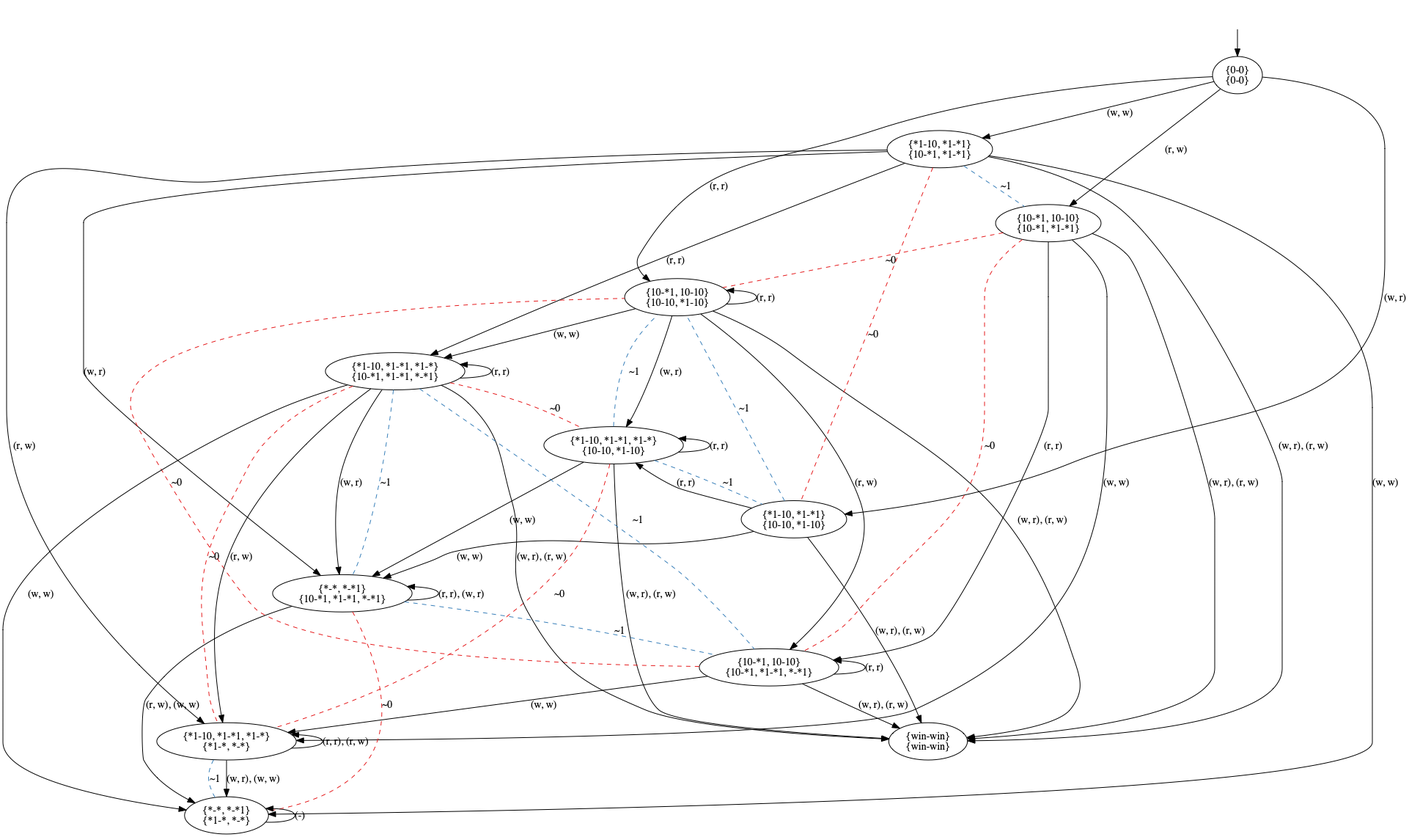
Earlier version of the Graphviz export pictures/GK2.png (olandr/mkbsc). Its source is kept beside it as pictures/GK2.dot. Source of this version:
```dot
digraph  {
concentrate=False;
nodesep=0.5;
ranksep=0.5;
splines=True;
4579909472 [label="{0-0}\n{0-0}"];
4579909584 [label="{10-*1, 10-10}\n{10-10, *1-10}"];
4579907008 [label="{*1-10, *1-*1}\n{10-10, *1-10}"];
4579909024 [label="{10-*1, 10-10}\n{10-*1, *1-*1}"];
4579907848 [label="{*1-10, *1-*1}\n{10-*1, *1-*1}"];
4579908632 [label="{win-win}\n{win-win}"];
4579907232 [label="{*1-10, *1-*1, *1-*}\n{10-10, *1-10}"];
4579908800 [label="{10-*1, 10-10}\n{10-*1, *1-*1, *-*1}"];
4579909136 [label="{*1-10, *1-*1, *1-*}\n{10-*1, *1-*1, *-*1}"];
4579907512 [label="{*-*, *-*1}\n{10-*1, *1-*1, *-*1}"];
4577150008 [label="{*1-10, *1-*1, *1-*}\n{*1-*, *-*}"];
4579893824 [label="{*-*, *-*1}\n{*1-*, *-*}"];
hidden [label="", shape=none];
4579909472 -> 4579909584  [action="('r', 'r')", key="('r', 'r')", label="(r, r)"];
4579909472 -> 4579907008  [action="('w', 'r')", key="('w', 'r')", label="(w, r)"];
4579909472 -> 4579909024  [action="('r', 'w')", key="('r', 'w')", label="(r, w)"];
4579909472 -> 4579907848  [action="('w', 'w')", key="('w', 'w')", label="(w, w)"];
4579909584 -> 4579909584  [action="('r', 'r')", dir=back, key="('r', 'r')", label="(r, r)"];
4579909584 -> 4579907232  [action="('w', 'r')", key="('w', 'r')", label="(w, r)"];
4579909584 -> 4579908800  [action="('r', 'w')", key="('r', 'w')", label="(r, w)"];
4579909584 -> 4579909136  [action="('w', 'w')", key="('w', 'w')", label="(w, w)"];
4579909584 -> 4579908632  [action="(('w', 'r'), ('r', 'w'))", key="(('w', 'r'), ('r', 'w'))", label="(w, r), (r, w)"];
4579907008 -> 4579907232  [action="('r', 'r')", key="('r', 'r')", label="(r, r)"];
4579907008 -> 4579907512  [action="('w', 'w')", key="('w', 'w')", label="(w, w)"];
4579907008 -> 4579908632  [action="(('w', 'r'), ('r', 'w'))", key="(('w', 'r'), ('r', 'w'))", label="(w, r), (r, w)"];
4579907008 -> 4579909584  [arrowhead=none, color=2, colorscheme=set19, constraint=True, key=0, label="~1", style=dashed];
4579909024 -> 4579908800  [action="('r', 'r')", key="('r', 'r')", label="(r, r)"];
4579909024 -> 4579908800  [arrowhead=none, color=1, colorscheme=set19, constraint=True, key=1, label="~0", style=dashed];
4579909024 -> 4577150008  [action="('w', 'w')", key="('w', 'w')", label="(w, w)"];
4579909024 -> 4579908632  [action="(('w', 'r'), ('r', 'w'))", key="(('w', 'r'), ('r', 'w'))", label="(w, r), (r, w)"];
4579909024 -> 4579909584  [arrowhead=none, color=1, colorscheme=set19, constraint=True, key=0, label="~0", style=dashed];
4579907848 -> 4579909136  [action="('r', 'r')", key="('r', 'r')", label="(r, r)"];
4579907848 -> 4579907512  [action="('w', 'r')", key="('w', 'r')", label="(w, r)"];
4579907848 -> 4577150008  [action="('r', 'w')", key="('r', 'w')", label="(r, w)"];
4579907848 -> 4579893824  [action="('w', 'w')", key="('w', 'w')", label="(w, w)"];
4579907848 -> 4579908632  [action="(('w', 'r'), ('r', 'w'))", key="(('w', 'r'), ('r', 'w'))", label="(w, r), (r, w)"];
4579907848 -> 4579907008  [arrowhead=none, color=1, colorscheme=set19, constraint=True, key=0, label="~0", style=dashed];
4579907848 -> 4579909024  [arrowhead=none, color=2, colorscheme=set19, constraint=True, key=0, label="~1", style=dashed];
4579907232 -> 4579907232  [action="('r', 'r')", dir=back, key="('r', 'r')", label="(r, r)"];
4579907232 -> 4579907512  [action="('w', 'w')", key="('w', 'w')", label="(w, w)"];
4579907232 -> 4579908632  [action="(('w', 'r'), ('r', 'w'))", key="(('w', 'r'), ('r', 'w'))", label="(w, r), (r, w)"];
4579907232 -> 4577150008  [arrowhead=none, color=1, colorscheme=set19, constraint=True, key=0, label="~0", style=dashed];
4579907232 -> 4579907008  [arrowhead=none, color=2, colorscheme=set19, constraint=True, key=0, label="~1", style=dashed];
4579907232 -> 4579909584  [arrowhead=none, color=2, colorscheme=set19, constraint=True, key=0, label="~1", style=dashed];
4579908800 -> 4579908800  [action="('r', 'r')", dir=back, key="('r', 'r')", label="(r, r)"];
4579908800 -> 4577150008  [action="('w', 'w')", key="('w', 'w')", label="(w, w)"];
4579908800 -> 4579908632  [action="(('w', 'r'), ('r', 'w'))", key="(('w', 'r'), ('r', 'w'))", label="(w, r), (r, w)"];
4579908800 -> 4579909584  [arrowhead=none, color=1, colorscheme=set19, constraint=True, key=0, label="~0", style=dashed];
4579909136 -> 4579909136  [action="('r', 'r')", dir=back, key="('r', 'r')", label="(r, r)"];
4579909136 -> 4579907512  [action="('w', 'r')", key="('w', 'r')", label="(w, r)"];
4579909136 -> 4579907512  [arrowhead=none, color=2, colorscheme=set19, constraint=True, key=1, label="~1", style=dashed];
4579909136 -> 4577150008  [action="('r', 'w')", key="('r', 'w')", label="(r, w)"];
4579909136 -> 4577150008  [arrowhead=none, color=1, colorscheme=set19, constraint=True, key=1, label="~0", style=dashed];
4579909136 -> 4579893824  [action="('w', 'w')", key="('w', 'w')", label="(w, w)"];
4579909136 -> 4579908632  [action="(('w', 'r'), ('r', 'w'))", key="(('w', 'r'), ('r', 'w'))", label="(w, r), (r, w)"];
4579909136 -> 4579907232  [arrowhead=none, color=1, colorscheme=set19, constraint=True, key=0, label="~0", style=dashed];
4579909136 -> 4579908800  [arrowhead=none, color=2, colorscheme=set19, constraint=True, key=0, label="~1", style=dashed];
4579907512 -> 4579907512  [action="(('r', 'r'), ('w', 'r'))", dir=back, key="(('r', 'r'), ('w', 'r'))", label="(r, r), (w, r)"];
4579907512 -> 4579893824  [action="(('r', 'w'), ('w', 'w'))", key="(('r', 'w'), ('w', 'w'))", label="(r, w), (w, w)"];
4579907512 -> 4579893824  [arrowhead=none, color=1, colorscheme=set19, constraint=True, key=1, label="~0", style=dashed];
4579907512 -> 4579908800  [arrowhead=none, color=2, colorscheme=set19, constraint=True, key=0, label="~1", style=dashed];
4577150008 -> 4577150008  [action="(('r', 'r'), ('r', 'w'))", dir=back, key="(('r', 'r'), ('r', 'w'))", label="(r, r), (r, w)"];
4577150008 -> 4579893824  [action="(('w', 'r'), ('w', 'w'))", key="(('w', 'r'), ('w', 'w'))", label="(w, r), (w, w)"];
4577150008 -> 4579893824  [arrowhead=none, color=2, colorscheme=set19, constraint=True, key=1, label="~1", style=dashed];
4579893824 -> 4579893824  [action="(('r', 'r'), ('w', 'r'), ('r', 'w'), ('w', 'w'))", dir=back, key="(('r', 'r'), ('w', 'r'), ('r', 'w'), ('w', 'w'))", label="(-)"];
hidden -> 4579909472  [key=0];
}
```
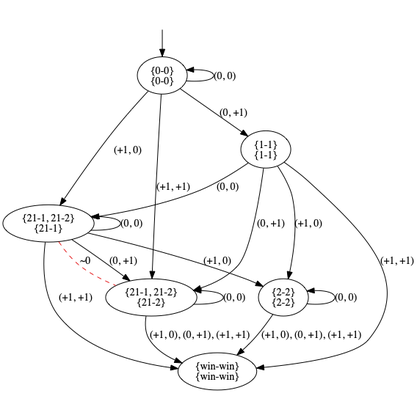
After the commit.

The edit, as a diff of the source:
```diff
@@ -3,70 +3,29 @@
 nodesep=0.5;
 ranksep=0.5;
 splines=True;
-4579909472 [label="{0-0}\n{0-0}"];
-4579909584 [label="{10-*1, 10-10}\n{10-10, *1-10}"];
-4579907008 [label="{*1-10, *1-*1}\n{10-10, *1-10}"];
-4579909024 [label="{10-*1, 10-10}\n{10-*1, *1-*1}"];
-4579907848 [label="{*1-10, *1-*1}\n{10-*1, *1-*1}"];
-4579908632 [label="{win-win}\n{win-win}"];
-4579907232 [label="{*1-10, *1-*1, *1-*}\n{10-10, *1-10}"];
-4579908800 [label="{10-*1, 10-10}\n{10-*1, *1-*1, *-*1}"];
-4579909136 [label="{*1-10, *1-*1, *1-*}\n{10-*1, *1-*1, *-*1}"];
-4579907512 [label="{*-*, *-*1}\n{10-*1, *1-*1, *-*1}"];
-4577150008 [label="{*1-10, *1-*1, *1-*}\n{*1-*, *-*}"];
-4579893824 [label="{*-*, *-*1}\n{*1-*, *-*}"];
+4477557112 [label="{0-0}\n{0-0}"];
+4477558176 [label="{21-1, 21-2}\n{21-1}"];
+4477556440 [label="{1-1}\n{1-1}"];
+4477555824 [label="{21-1, 21-2}\n{21-2}"];
+4477557728 [label="{2-2}\n{2-2}"];
+4477555768 [label="{win-win}\n{win-win}"];
 hidden [label="", shape=none];
-4579909472 -> 4579909584  [action="('r', 'r')", key="('r', 'r')", label="(r, r)"];
-4579909472 -> 4579907008  [action="('w', 'r')", key="('w', 'r')", label="(w, r)"];
-4579909472 -> 4579909024  [action="('r', 'w')", key="('r', 'w')", label="(r, w)"];
-4579909472 -> 4579907848  [action="('w', 'w')", key="('w', 'w')", label="(w, w)"];
-4579909584 -> 4579909584  [action="('r', 'r')", dir=back, key="('r', 'r')", label="(r, r)"];
-4579909584 -> 4579907232  [action="('w', 'r')", key="('w', 'r')", label="(w, r)"];
-4579909584 -> 4579908800  [action="('r', 'w')", key="('r', 'w')", label="(r, w)"];
-4579909584 -> 4579909136  [action="('w', 'w')", key="('w', 'w')", label="(w, w)"];
-4579909584 -> 4579908632  [action="(('w', 'r'), ('r', 'w'))", key="(('w', 'r'), ('r', 'w'))", label="(w, r), (r, w)"];
-4579907008 -> 4579907232  [action="('r', 'r')", key="('r', 'r')", label="(r, r)"];
-4579907008 -> 4579907512  [action="('w', 'w')", key="('w', 'w')", label="(w, w)"];
-4579907008 -> 4579908632  [action="(('w', 'r'), ('r', 'w'))", key="(('w', 'r'), ('r', 'w'))", label="(w, r), (r, w)"];
-4579907008 -> 4579909584  [arrowhead=none, color=2, colorscheme=set19, constraint=True, key=0, label="~1", style=dashed];
-4579909024 -> 4579908800  [action="('r', 'r')", key="('r', 'r')", label="(r, r)"];
-4579909024 -> 4579908800  [arrowhead=none, color=1, colorscheme=set19, constraint=True, key=1, label="~0", style=dashed];
-4579909024 -> 4577150008  [action="('w', 'w')", key="('w', 'w')", label="(w, w)"];
-4579909024 -> 4579908632  [action="(('w', 'r'), ('r', 'w'))", key="(('w', 'r'), ('r', 'w'))", label="(w, r), (r, w)"];
-4579909024 -> 4579909584  [arrowhead=none, color=1, colorscheme=set19, constraint=True, key=0, label="~0", style=dashed];
-4579907848 -> 4579909136  [action="('r', 'r')", key="('r', 'r')", label="(r, r)"];
-4579907848 -> 4579907512  [action="('w', 'r')", key="('w', 'r')", label="(w, r)"];
-4579907848 -> 4577150008  [action="('r', 'w')", key="('r', 'w')", label="(r, w)"];
-4579907848 -> 4579893824  [action="('w', 'w')", key="('w', 'w')", label="(w, w)"];
-4579907848 -> 4579908632  [action="(('w', 'r'), ('r', 'w'))", key="(('w', 'r'), ('r', 'w'))", label="(w, r), (r, w)"];
-4579907848 -> 4579907008  [arrowhead=none, color=1, colorscheme=set19, constraint=True, key=0, label="~0", style=dashed];
-4579907848 -> 4579909024  [arrowhead=none, color=2, colorscheme=set19, constraint=True, key=0, label="~1", style=dashed];
-4579907232 -> 4579907232  [action="('r', 'r')", dir=back, key="('r', 'r')", label="(r, r)"];
-4579907232 -> 4579907512  [action="('w', 'w')", key="('w', 'w')", label="(w, w)"];
-4579907232 -> 4579908632  [action="(('w', 'r'), ('r', 'w'))", key="(('w', 'r'), ('r', 'w'))", label="(w, r), (r, w)"];
-4579907232 -> 4577150008  [arrowhead=none, color=1, colorscheme=set19, constraint=True, key=0, label="~0", style=dashed];
-4579907232 -> 4579907008  [arrowhead=none, color=2, colorscheme=set19, constraint=True, key=0, label="~1", style=dashed];
-4579907232 -> 4579909584  [arrowhead=none, color=2, colorscheme=set19, constraint=True, key=0, label="~1", style=dashed];
-4579908800 -> 4579908800  [action="('r', 'r')", dir=back, key="('r', 'r')", label="(r, r)"];
-4579908800 -> 4577150008  [action="('w', 'w')", key="('w', 'w')", label="(w, w)"];
-4579908800 -> 4579908632  [action="(('w', 'r'), ('r', 'w'))", key="(('w', 'r'), ('r', 'w'))", label="(w, r), (r, w)"];
-4579908800 -> 4579909584  [arrowhead=none, color=1, colorscheme=set19, constraint=True, key=0, label="~0", style=dashed];
-4579909136 -> 4579909136  [action="('r', 'r')", dir=back, key="('r', 'r')", label="(r, r)"];
-4579909136 -> 4579907512  [action="('w', 'r')", key="('w', 'r')", label="(w, r)"];
-4579909136 -> 4579907512  [arrowhead=none, color=2, colorscheme=set19, constraint=True, key=1, label="~1", style=dashed];
-4579909136 -> 4577150008  [action="('r', 'w')", key="('r', 'w')", label="(r, w)"];
-4579909136 -> 4577150008  [arrowhead=none, color=1, colorscheme=set19, constraint=True, key=1, label="~0", style=dashed];
-4579909136 -> 4579893824  [action="('w', 'w')", key="('w', 'w')", label="(w, w)"];
-4579909136 -> 4579908632  [action="(('w', 'r'), ('r', 'w'))", key="(('w', 'r'), ('r', 'w'))", label="(w, r), (r, w)"];
-4579909136 -> 4579907232  [arrowhead=none, color=1, colorscheme=set19, constraint=True, key=0, label="~0", style=dashed];
-4579909136 -> 4579908800  [arrowhead=none, color=2, colorscheme=set19, constraint=True, key=0, label="~1", style=dashed];
-4579907512 -> 4579907512  [action="(('r', 'r'), ('w', 'r'))", dir=back, key="(('r', 'r'), ('w', 'r'))", label="(r, r), (w, r)"];
-4579907512 -> 4579893824  [action="(('r', 'w'), ('w', 'w'))", key="(('r', 'w'), ('w', 'w'))", label="(r, w), (w, w)"];
-4579907512 -> 4579893824  [arrowhead=none, color=1, colorscheme=set19, constraint=True, key=1, label="~0", style=dashed];
-4579907512 -> 4579908800  [arrowhead=none, color=2, colorscheme=set19, constraint=True, key=0, label="~1", style=dashed];
-4577150008 -> 4577150008  [action="(('r', 'r'), ('r', 'w'))", dir=back, key="(('r', 'r'), ('r', 'w'))", label="(r, r), (r, w)"];
-4577150008 -> 4579893824  [action="(('w', 'r'), ('w', 'w'))", key="(('w', 'r'), ('w', 'w'))", label="(w, r), (w, w)"];
-4577150008 -> 4579893824  [arrowhead=none, color=2, colorscheme=set19, constraint=True, key=1, label="~1", style=dashed];
-4579893824 -> 4579893824  [action="(('r', 'r'), ('w', 'r'), ('r', 'w'), ('w', 'w'))", dir=back, key="(('r', 'r'), ('w', 'r'), ('r', 'w'), ('w', 'w'))", label="(-)"];
-hidden -> 4579909472  [key=0];
+4477557112 -> 4477557112  [action="('0', '0')", dir=back, key="('0', '0')", label="(0, 0)"];
+4477557112 -> 4477558176  [action="('+1', '0')", key="('+1', '0')", label="(+1, 0)"];
+4477557112 -> 4477556440  [action="('0', '+1')", key="('0', '+1')", label="(0, +1)"];
+4477557112 -> 4477555824  [action="('+1', '+1')", key="('+1', '+1')", label="(+1, +1)"];
+4477558176 -> 4477558176  [action="('0', '0')", dir=back, key="('0', '0')", label="(0, 0)"];
+4477558176 -> 4477557728  [action="('+1', '0')", key="('+1', '0')", label="(+1, 0)"];
+4477558176 -> 4477555824  [action="('0', '+1')", key="('0', '+1')", label="(0, +1)"];
+4477558176 -> 4477555824  [arrowhead=none, color=1, colorscheme=set19, constraint=True, key=1, label="~0", style=dashed];
+4477558176 -> 4477555768  [action="('+1', '+1')", key="('+1', '+1')", label="(+1, +1)"];
+4477556440 -> 4477558176  [action="('0', '0')", key="('0', '0')", label="(0, 0)"];
+4477556440 -> 4477557728  [action="('+1', '0')", key="('+1', '0')", label="(+1, 0)"];
+4477556440 -> 4477555824  [action="('0', '+1')", key="('0', '+1')", label="(0, +1)"];
+4477556440 -> 4477555768  [action="('+1', '+1')", key="('+1', '+1')", label="(+1, +1)"];
+4477555824 -> 4477555824  [action="('0', '0')", dir=back, key="('0', '0')", label="(0, 0)"];
+4477555824 -> 4477555768  [action="(('+1', '0'), ('0', '+1'), ('+1', '+1'))", key="(('+1', '0'), ('0', '+1'), ('+1', '+1'))", label="(+1, 0), (0, +1), (+1, +1)"];
+4477557728 -> 4477557728  [action="('0', '0')", dir=back, key="('0', '0')", label="(0, 0)"];
+4477557728 -> 4477555768  [action="(('+1', '0'), ('0', '+1'), ('+1', '+1'))", key="(('+1', '0'), ('0', '+1'), ('+1', '+1'))", label="(+1, 0), (0, +1), (+1, +1)"];
+hidden -> 4477557112  [key=0];
 }
```
